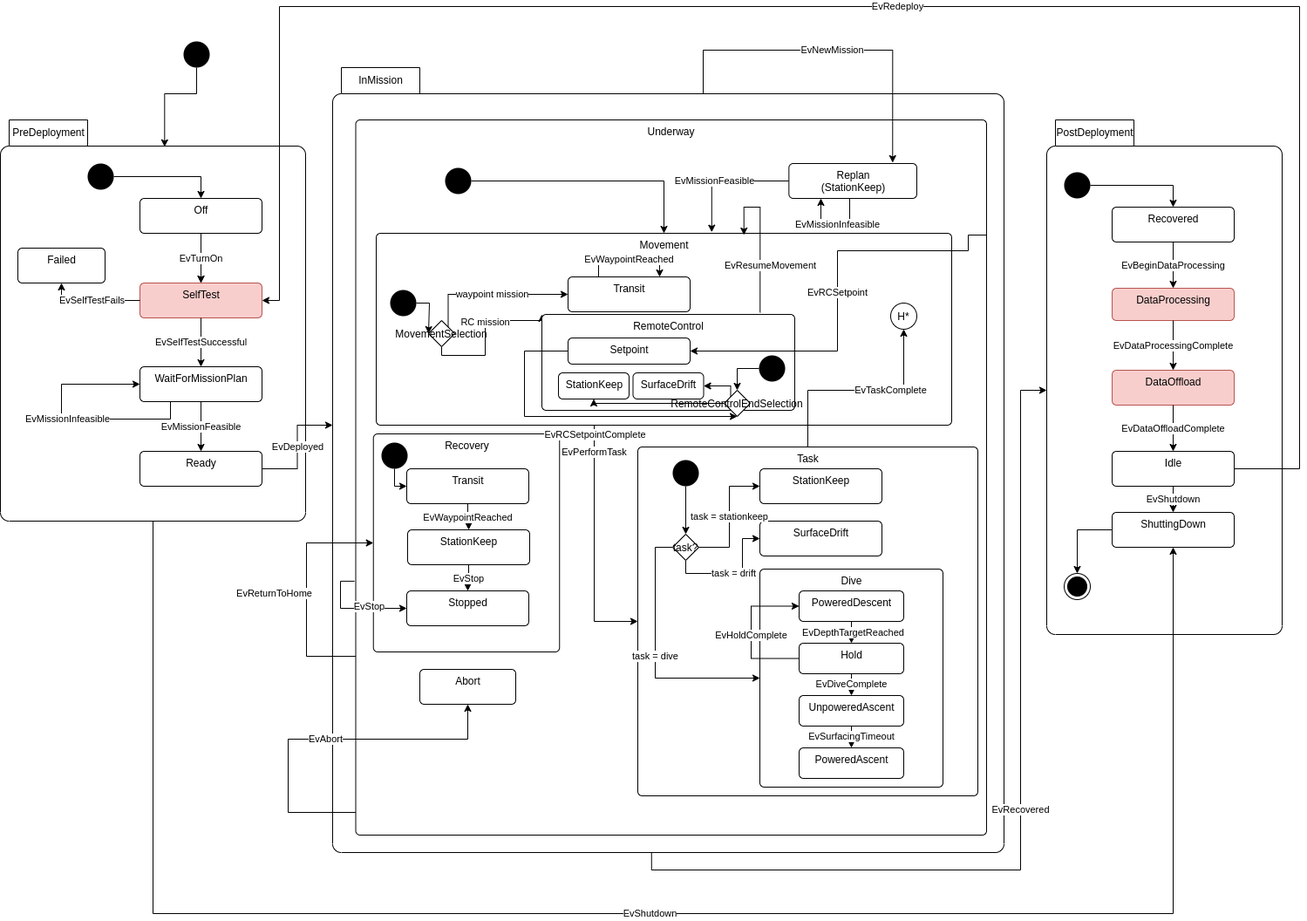
This is src/doc/figures/mission-states.png from jaiarobotics/jaiabot, a draw.io export, as it was before one commit. Source tidied: cells renumbered, new cells last; positions are measured from the earlier drawing's top-left corner, leaving out a move shared by most shapes.
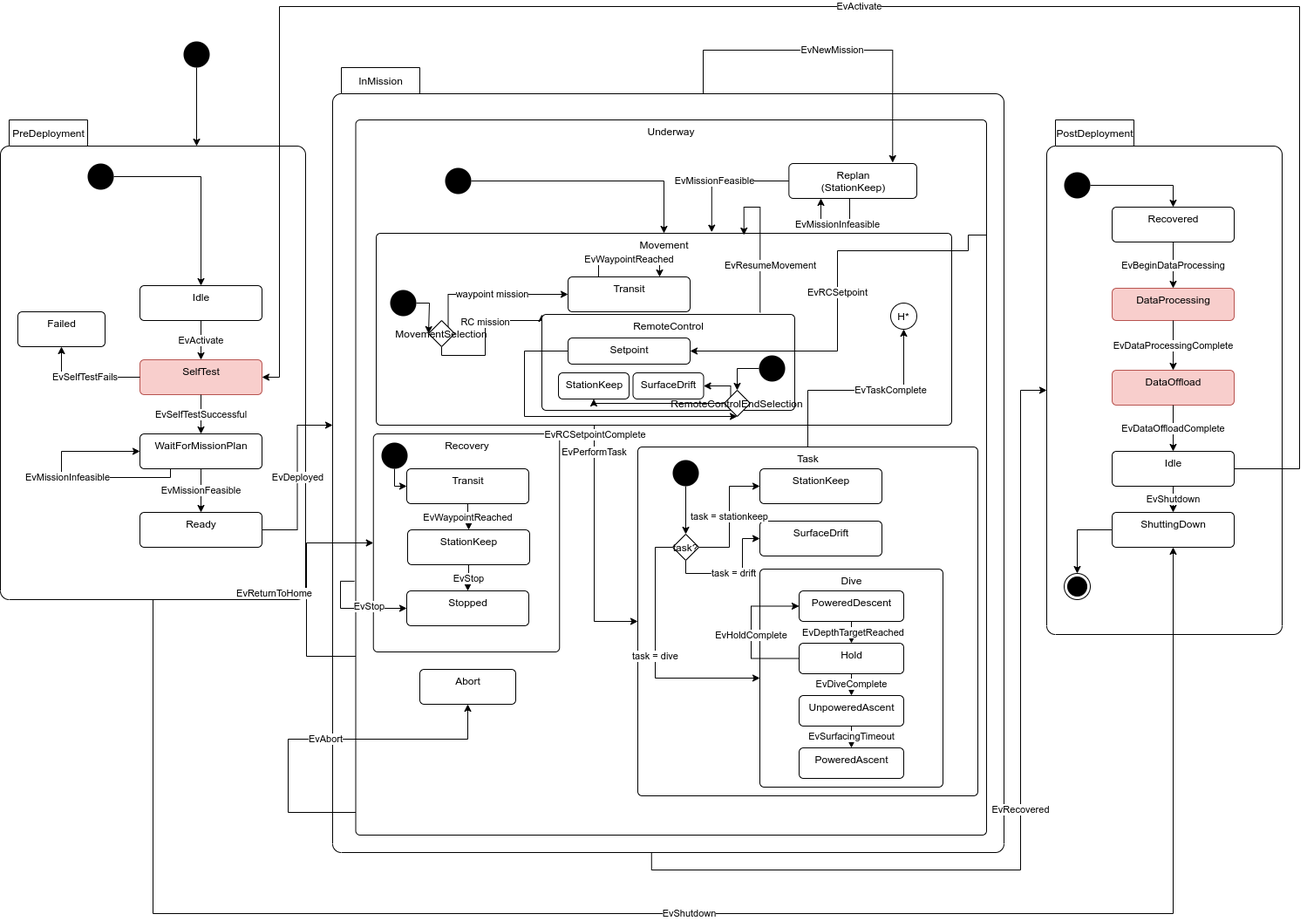
The same file after the commit.

Commit message:
Remove Off state, add Predeployment::Idle state before SelfTest. Change EvReploy to EvActivate, and use it trigger (Post/Pre)Deployment::Idle to SelfTest

Change to the diagram source:
```diff
@@ -50,39 +50,28 @@
       <mxGeometry x="75" y="370" width="140" height="40" as="geometry" />
     </mxCell>
     <mxCell id="17" style="group;" parent="1" vertex="1">
-      <mxGeometry x="80" y="170" width="270" height="420" as="geometry" />
+      <mxGeometry x="80" y="170" width="270" height="510" as="geometry" />
     </mxCell>
     <mxCell id="18" value="PreDeployment" style="shape=folder;align=center;verticalAlign=middle;fontStyle=0;tabWidth=100;tabHeight=30;tabPosition=left;html=1;boundedLbl=1;labelInHeader=1;rounded=1;absoluteArcSize=1;arcSize=10;" parent="17" vertex="1">
-      <mxGeometry x="-80" y="-40" width="350" height="460" as="geometry" />
+      <mxGeometry x="-80" y="-40" width="350" height="550" as="geometry" />
     </mxCell>
-    <mxCell id="19" style="edgeStyle=orthogonalEdgeStyle;rounded=0;jettySize=auto;html=1;" parent="17" edge="1" source="20" target="21">
-      <mxGeometry relative="1" as="geometry" />
-    </mxCell>
-    <mxCell id="20" value="Off" style="html=1;align=center;verticalAlign=top;rounded=1;absoluteArcSize=1;arcSize=10;dashed=0;" parent="17" vertex="1">
-      <mxGeometry x="80" y="50" width="140" height="40" as="geometry" />
-    </mxCell>
     <mxCell id="21" value="SelfTest" style="html=1;align=center;verticalAlign=top;rounded=1;absoluteArcSize=1;arcSize=10;dashed=0;fillColor=#f8cecc;strokeColor=#b85450;" parent="17" vertex="1">
-      <mxGeometry x="80" y="147" width="140" height="40" as="geometry" />
+      <mxGeometry x="80" y="235" width="140" height="40" as="geometry" />
     </mxCell>
-    <mxCell id="22" value="EvTurnOn" style="edgeStyle=orthogonalEdgeStyle;rounded=0;jettySize=auto;html=1;" parent="17" edge="1" source="20" target="21">
-      <mxGeometry relative="1" as="geometry" />
-    </mxCell>
     <mxCell id="23" value="WaitForMissionPlan" style="html=1;align=center;verticalAlign=top;rounded=1;absoluteArcSize=1;arcSize=10;dashed=0;" parent="17" vertex="1">
-      <mxGeometry x="80" y="243" width="140" height="40" as="geometry" />
+      <mxGeometry x="80" y="320" width="140" height="40" as="geometry" />
     </mxCell>
     <mxCell id="24" value="EvSelfTestSuccessful" style="edgeStyle=orthogonalEdgeStyle;rounded=0;jettySize=auto;html=1;" parent="17" edge="1" source="21" target="23">
       <mxGeometry relative="1" as="geometry" />
     </mxCell>
     <mxCell id="25" value="Ready" style="html=1;align=center;verticalAlign=top;rounded=1;absoluteArcSize=1;arcSize=10;dashed=0;" parent="17" vertex="1">
-      <mxGeometry x="80" y="340" width="140" height="40" as="geometry" />
+      <mxGeometry x="80" y="410" width="140" height="40" as="geometry" />
     </mxCell>
     <mxCell id="26" value="EvMissionFeasible" style="edgeStyle=orthogonalEdgeStyle;rounded=0;jettySize=auto;html=1;" parent="17" edge="1" source="23" target="25">
       <mxGeometry relative="1" as="geometry" />
     </mxCell>
-    <mxCell id="27" style="edgeStyle=orthogonalEdgeStyle;rounded=0;jettySize=auto;html=1;" parent="17" edge="1" source="28">
-      <mxGeometry relative="1" as="geometry">
-        <mxPoint x="150" y="50" as="targetPoint" />
-      </mxGeometry>
+    <mxCell id="27" style="edgeStyle=orthogonalEdgeStyle;rounded=0;jettySize=auto;html=1;entryX=0.5;entryY=0;entryDx=0;entryDy=0;" parent="17" edge="1" source="28" target="105">
+      <mxGeometry relative="1" as="geometry" />
     </mxCell>
     <mxCell id="28" style="ellipse;fillColor=#000000;strokeColor=none;" parent="17" vertex="1">
       <mxGeometry x="20" y="10" width="30" height="30" as="geometry" />
@@ -90,12 +79,24 @@
     <mxCell id="29" value="EvMissionInfeasible" style="edgeStyle=orthogonalEdgeStyle;rounded=0;orthogonalLoop=1;jettySize=auto;html=1;exitX=0.25;exitY=1;exitDx=0;exitDy=0;entryX=0;entryY=0.5;entryDx=0;entryDy=0;" parent="17" edge="1" source="23" target="23">
       <mxGeometry relative="1" as="geometry">
         <Array as="points">
-          <mxPoint x="115" y="303" />
-          <mxPoint x="-10" y="303" />
-          <mxPoint x="-10" y="263" />
+          <mxPoint x="115" y="370" />
+          <mxPoint x="-10" y="370" />
+          <mxPoint x="-10" y="340" />
         </Array>
       </mxGeometry>
     </mxCell>
+    <mxCell id="100" value="Failed" style="html=1;align=center;verticalAlign=top;rounded=1;absoluteArcSize=1;arcSize=10;dashed=0;" parent="17" vertex="1">
+      <mxGeometry x="-60" y="180" width="100" height="40" as="geometry" />
+    </mxCell>
+    <mxCell id="101" value="EvSelfTestFails" style="edgeStyle=orthogonalEdgeStyle;rounded=0;jettySize=auto;html=1;entryX=0.5;entryY=1;entryDx=0;entryDy=0;" parent="17" edge="1" source="21" target="100">
+      <mxGeometry relative="1" as="geometry" />
+    </mxCell>
+    <mxCell id="104" value="EvActivate" style="edgeStyle=orthogonalEdgeStyle;rounded=0;jettySize=auto;html=1;entryX=0.5;entryY=0;entryDx=0;entryDy=0;" parent="17" edge="1" source="105" target="21">
+      <mxGeometry relative="1" as="geometry" />
+    </mxCell>
+    <mxCell id="105" value="Idle" style="html=1;align=center;verticalAlign=top;rounded=1;absoluteArcSize=1;arcSize=10;dashed=0;" parent="17" vertex="1">
+      <mxGeometry x="80" y="150" width="140" height="40" as="geometry" />
+    </mxCell>
     <mxCell id="30" style="group;" parent="1" vertex="1">
       <mxGeometry x="401" y="170" width="830" height="800" as="geometry" />
     </mxCell>
@@ -399,7 +400,7 @@
         </Array>
       </mxGeometry>
     </mxCell>
-    <mxCell id="96" style="edgeStyle=orthogonalEdgeStyle;rounded=0;jettySize=auto;html=1;entryX=0.538;entryY=0.067;entryDx=0;entryDy=0;entryPerimeter=0;" parent="1" edge="1" source="97" target="18">
+    <mxCell id="96" style="edgeStyle=orthogonalEdgeStyle;rounded=0;jettySize=auto;html=1;entryX=0;entryY=0;entryDx=225;entryDy=30;entryPerimeter=0;" parent="1" edge="1" source="97" target="18">
       <mxGeometry relative="1" as="geometry" />
     </mxCell>
     <mxCell id="97" style="ellipse;fillColor=#000000;strokeColor=none;" parent="1" vertex="1">
@@ -417,12 +418,6 @@
         </Array>
       </mxGeometry>
     </mxCell>
-    <mxCell id="100" value="Failed" style="html=1;align=center;verticalAlign=top;rounded=1;absoluteArcSize=1;arcSize=10;dashed=0;" parent="1" vertex="1">
-      <mxGeometry x="20" y="277" width="100" height="40" as="geometry" />
-    </mxCell>
-    <mxCell id="101" value="EvSelfTestFails" style="edgeStyle=orthogonalEdgeStyle;rounded=0;jettySize=auto;html=1;entryX=0.5;entryY=1;entryDx=0;entryDy=0;" parent="1" edge="1" source="21" target="100">
-      <mxGeometry relative="1" as="geometry" />
-    </mxCell>
     <mxCell id="102" value="EvShutdown" style="edgeStyle=orthogonalEdgeStyle;rounded=0;jettySize=auto;html=1;entryX=0.5;entryY=1;entryDx=0;entryDy=0;" parent="1" edge="1" source="18" target="10">
       <mxGeometry relative="1" as="geometry">
         <Array as="points">
@@ -431,13 +426,13 @@
         </Array>
       </mxGeometry>
     </mxCell>
-    <mxCell id="103" value="EvRedeploy" style="edgeStyle=orthogonalEdgeStyle;rounded=0;jettySize=auto;html=1;entryX=1;entryY=0.5;entryDx=0;entryDy=0;" parent="1" edge="1" source="16" target="21">
+    <mxCell id="103" value="EvActivate" style="edgeStyle=orthogonalEdgeStyle;rounded=0;jettySize=auto;html=1;entryX=1;entryY=0.5;entryDx=0;entryDy=0;" parent="1" edge="1" source="16" target="21">
       <mxGeometry relative="1" as="geometry">
         <Array as="points">
           <mxPoint x="1490" y="530" />
           <mxPoint x="1490" />
           <mxPoint x="320" />
-          <mxPoint x="320" y="337" />
+          <mxPoint x="320" y="425" />
         </Array>
       </mxGeometry>
     </mxCell>
```
